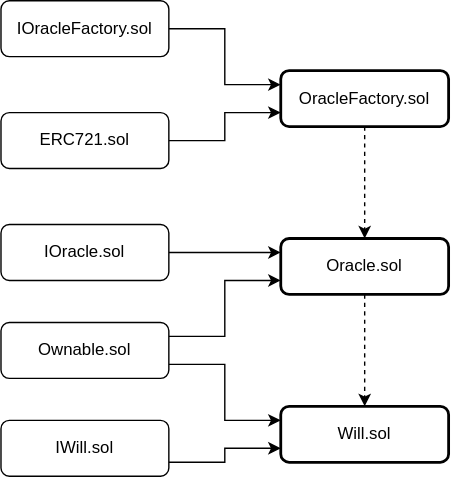
The draw.io diagram structure.drawio.svg in gurunbox-contracts/LG, before a commit. Source tidied: cells renumbered, new cells last; positions are measured from the earlier drawing's top-left corner, leaving out a move shared by most shapes.
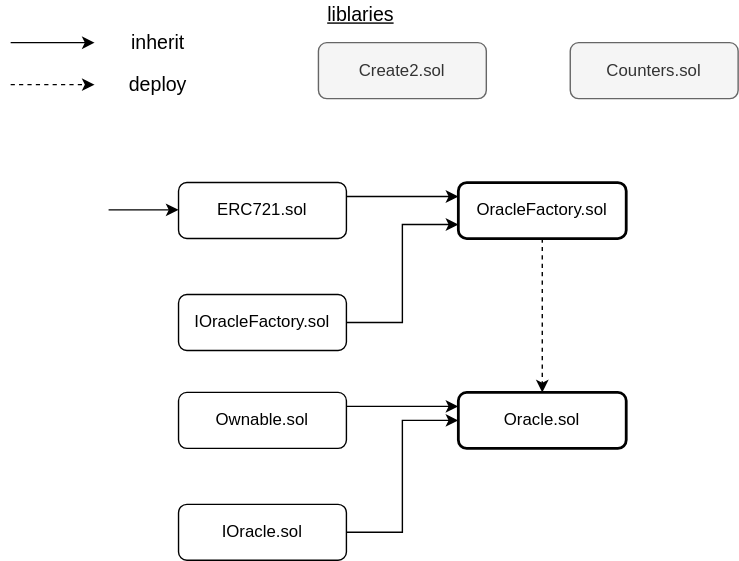
After the commit.

What changed in the source:
```diff
@@ -2,55 +2,76 @@
   <root>
     <mxCell id="0" />
     <mxCell id="1" parent="0" />
-    <mxCell id="2" style="edgeStyle=orthogonalEdgeStyle;rounded=0;sketch=0;jumpStyle=none;jettySize=auto;html=1;exitX=1;exitY=0.5;exitDx=0;exitDy=0;entryX=0;entryY=0.25;entryDx=0;entryDy=0;" parent="1" edge="1" source="3" target="5">
+    <mxCell id="2" style="edgeStyle=orthogonalEdgeStyle;rounded=0;sketch=0;jumpStyle=none;jettySize=auto;html=1;exitX=1;exitY=0.25;exitDx=0;exitDy=0;entryX=0;entryY=0.25;entryDx=0;entryDy=0;" parent="1" edge="1" source="3" target="5">
       <mxGeometry relative="1" as="geometry" />
     </mxCell>
-    <mxCell id="3" value="IOracleFactory.sol" style="rounded=1;whiteSpace=wrap;html=1;" parent="1" vertex="1">
-      <mxGeometry width="120" height="40" as="geometry" />
+    <mxCell id="3" value="ERC721.sol" style="rounded=1;whiteSpace=wrap;html=1;" parent="1" vertex="1">
+      <mxGeometry x="160" y="110" width="120" height="40" as="geometry" />
     </mxCell>
     <mxCell id="4" style="edgeStyle=orthogonalEdgeStyle;jettySize=auto;html=1;exitX=0.5;exitY=1;exitDx=0;exitDy=0;entryX=0.5;entryY=0;entryDx=0;entryDy=0;rounded=0;dashed=1;" parent="1" edge="1" source="5" target="11">
       <mxGeometry relative="1" as="geometry" />
     </mxCell>
     <mxCell id="5" value="OracleFactory.sol" style="rounded=1;whiteSpace=wrap;html=1;strokeWidth=2;" parent="1" vertex="1">
-      <mxGeometry x="200" y="50" width="120" height="40" as="geometry" />
+      <mxGeometry x="360" y="110" width="120" height="40" as="geometry" />
     </mxCell>
     <mxCell id="6" style="edgeStyle=orthogonalEdgeStyle;rounded=0;sketch=0;jumpStyle=none;jettySize=auto;html=1;exitX=1;exitY=0.5;exitDx=0;exitDy=0;entryX=0;entryY=0.75;entryDx=0;entryDy=0;" parent="1" edge="1" source="7" target="5">
       <mxGeometry relative="1" as="geometry" />
     </mxCell>
-    <mxCell id="7" value="ERC721.sol" style="rounded=1;whiteSpace=wrap;html=1;" parent="1" vertex="1">
-      <mxGeometry y="80" width="120" height="40" as="geometry" />
+    <mxCell id="7" value="IOracleFactory.sol" style="rounded=1;whiteSpace=wrap;html=1;" parent="1" vertex="1">
+      <mxGeometry x="160" y="190" width="120" height="40" as="geometry" />
     </mxCell>
-    <mxCell id="8" style="edgeStyle=orthogonalEdgeStyle;rounded=0;sketch=0;jumpStyle=none;jettySize=auto;html=1;exitX=1;exitY=0.5;exitDx=0;exitDy=0;entryX=0;entryY=0.25;entryDx=0;entryDy=0;" parent="1" edge="1" source="9" target="11">
+    <mxCell id="8" style="edgeStyle=orthogonalEdgeStyle;rounded=0;sketch=0;jumpStyle=none;jettySize=auto;html=1;exitX=1;exitY=0.5;exitDx=0;exitDy=0;entryX=0;entryY=0.5;entryDx=0;entryDy=0;" parent="1" edge="1" source="9" target="11">
       <mxGeometry relative="1" as="geometry" />
     </mxCell>
     <mxCell id="9" value="IOracle.sol" style="rounded=1;whiteSpace=wrap;html=1;" parent="1" vertex="1">
-      <mxGeometry y="160" width="120" height="40" as="geometry" />
+      <mxGeometry x="160" y="340" width="120" height="40" as="geometry" />
     </mxCell>
-    <mxCell id="10" style="edgeStyle=orthogonalEdgeStyle;rounded=0;sketch=0;jumpStyle=none;jettySize=auto;html=1;exitX=0.5;exitY=1;exitDx=0;exitDy=0;entryX=0.5;entryY=0;entryDx=0;entryDy=0;dashed=1;" parent="1" edge="1" source="11" target="14">
-      <mxGeometry relative="1" as="geometry" />
-    </mxCell>
     <mxCell id="11" value="Oracle.sol" style="rounded=1;whiteSpace=wrap;html=1;strokeWidth=2;" parent="1" vertex="1">
-      <mxGeometry x="200" y="170" width="120" height="40" as="geometry" />
+      <mxGeometry x="360" y="260" width="120" height="40" as="geometry" />
     </mxCell>
-    <mxCell id="12" style="edgeStyle=orthogonalEdgeStyle;rounded=0;sketch=0;jumpStyle=none;jettySize=auto;html=1;exitX=1;exitY=0.75;exitDx=0;exitDy=0;" parent="1" edge="1" source="13">
-      <mxGeometry relative="1" as="geometry">
-        <mxPoint x="200" y="320" as="targetPoint" />
-      </mxGeometry>
-    </mxCell>
-    <mxCell id="13" value="IWill.sol" style="rounded=1;whiteSpace=wrap;html=1;" parent="1" vertex="1">
-      <mxGeometry y="300" width="120" height="40" as="geometry" />
-    </mxCell>
-    <mxCell id="14" value="Will.sol" style="rounded=1;whiteSpace=wrap;html=1;strokeWidth=2;" parent="1" vertex="1">
-      <mxGeometry x="200" y="290" width="120" height="40" as="geometry" />
-    </mxCell>
-    <mxCell id="15" style="edgeStyle=orthogonalEdgeStyle;rounded=0;sketch=0;jumpStyle=none;jettySize=auto;html=1;exitX=1;exitY=0.25;exitDx=0;exitDy=0;entryX=0;entryY=0.75;entryDx=0;entryDy=0;" parent="1" edge="1" source="17" target="11">
+    <mxCell id="15" style="edgeStyle=orthogonalEdgeStyle;rounded=0;sketch=0;jumpStyle=none;jettySize=auto;html=1;exitX=1;exitY=0.25;exitDx=0;exitDy=0;entryX=0;entryY=0.25;entryDx=0;entryDy=0;" parent="1" edge="1" source="17" target="11">
       <mxGeometry relative="1" as="geometry" />
     </mxCell>
-    <mxCell id="16" style="edgeStyle=orthogonalEdgeStyle;rounded=0;sketch=0;jumpStyle=none;jettySize=auto;html=1;exitX=1;exitY=0.75;exitDx=0;exitDy=0;entryX=0;entryY=0.25;entryDx=0;entryDy=0;" parent="1" edge="1" source="17" target="14">
-      <mxGeometry relative="1" as="geometry" />
-    </mxCell>
     <mxCell id="17" value="Ownable.sol" style="rounded=1;whiteSpace=wrap;html=1;" parent="1" vertex="1">
-      <mxGeometry y="230" width="120" height="40" as="geometry" />
+      <mxGeometry x="160" y="260" width="120" height="40" as="geometry" />
     </mxCell>
+    <mxCell id="18" value="&lt;font style=&quot;font-size: 14px&quot;&gt;inherit&lt;/font&gt;" style="text;html=1;align=center;verticalAlign=middle;strokeColor=none;fillColor=none;" parent="1" vertex="1">
+      <mxGeometry x="120" width="50" height="20" as="geometry" />
+    </mxCell>
+    <mxCell id="19" style="endArrow=classic;html=1;rounded=0;" parent="1" edge="1">
+      <mxGeometry relative="1" as="geometry">
+        <mxPoint x="40" y="10" as="sourcePoint" />
+        <mxPoint x="100" y="10" as="targetPoint" />
+      </mxGeometry>
+    </mxCell>
+    <mxCell id="20" style="endArrow=classic;html=1;rounded=0;dashed=1;" parent="1" edge="1">
+      <mxGeometry relative="1" as="geometry">
+        <mxPoint x="40" y="40" as="sourcePoint" />
+        <mxPoint x="100" y="40" as="targetPoint" />
+      </mxGeometry>
+    </mxCell>
+    <mxCell id="21" value="&lt;font style=&quot;font-size: 14px&quot;&gt;deploy&lt;/font&gt;" style="text;html=1;align=center;verticalAlign=middle;strokeColor=none;fillColor=none;" parent="1" vertex="1">
+      <mxGeometry x="115" y="30" width="60" height="20" as="geometry" />
+    </mxCell>
+    <mxCell id="22" value="&lt;font style=&quot;font-size: 14px&quot;&gt;&lt;u&gt;liblaries&lt;/u&gt;&lt;/font&gt;" style="text;html=1;align=center;verticalAlign=middle;strokeColor=none;fillColor=none;" parent="1" vertex="1">
+      <mxGeometry x="260" y="-20" width="60" height="20" as="geometry" />
+    </mxCell>
+    <mxCell id="23" style="edgeStyle=orthogonalEdgeStyle;rounded=0;jettySize=auto;html=1;exitX=0;exitY=0.75;exitDx=0;exitDy=0;dashed=1;fontSize=14;" parent="1" edge="1" source="11">
+      <mxGeometry relative="1" as="geometry">
+        <mxPoint x="360" y="290" as="targetPoint" />
+      </mxGeometry>
+    </mxCell>
+    <mxCell id="24" style="endArrow=classic;html=1;rounded=0;fontSize=14;" parent="1" edge="1">
+      <mxGeometry relative="1" as="geometry">
+        <mxPoint x="110" y="129.5" as="sourcePoint" />
+        <mxPoint x="160" y="129.5" as="targetPoint" />
+      </mxGeometry>
+    </mxCell>
+    <mxCell id="25" value="Create2.sol" style="rounded=1;whiteSpace=wrap;html=1;fillColor=#f5f5f5;fontColor=#333333;strokeColor=#666666;" parent="1" vertex="1">
+      <mxGeometry x="260" y="10" width="120" height="40" as="geometry" />
+    </mxCell>
+    <mxCell id="26" value="Counters.sol" style="rounded=1;whiteSpace=wrap;html=1;fillColor=#f5f5f5;fontColor=#333333;strokeColor=#666666;" parent="1" vertex="1">
+      <mxGeometry x="440" y="10" width="120" height="40" as="geometry" />
+    </mxCell>
   </root>
 </mxGraphModel>
```
